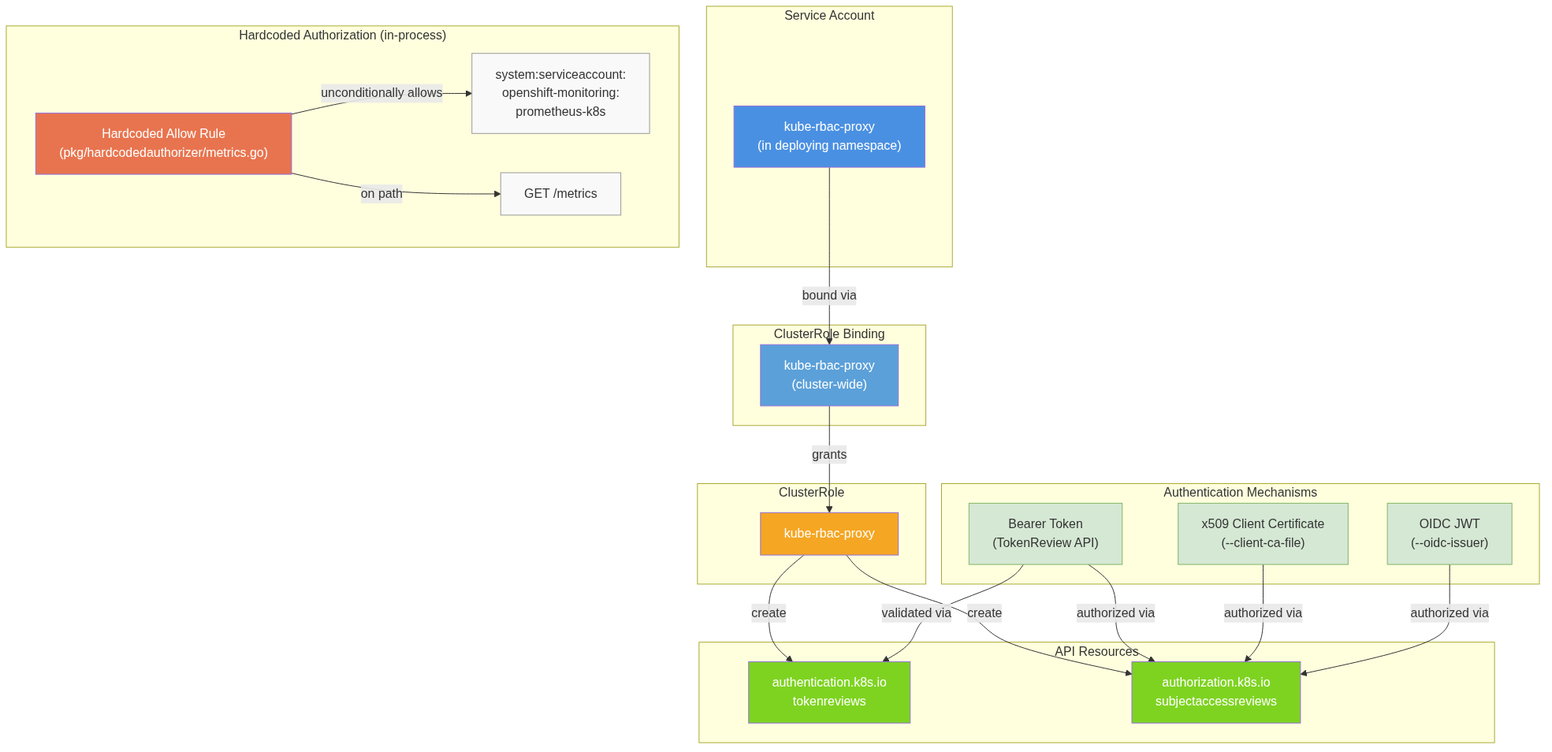
Above: architecture/rhoai.next/diagrams/kube-rbac-proxy-rbac.png in rhuss/architecture-context (Mermaid), before the change. Its source is kept beside it as architecture/rhoai.next/diagrams/kube-rbac-proxy-rbac.mmd.
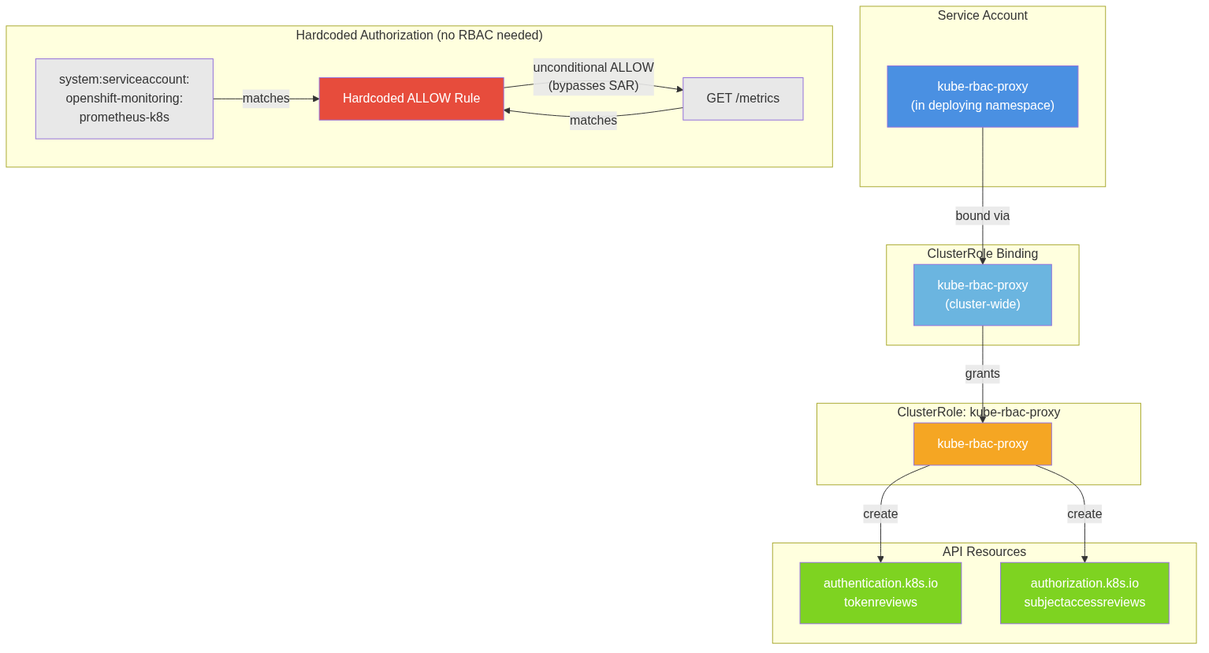
The same file after the commit.

What changed in the source:
```diff
@@ -7,7 +7,7 @@
         CRB["kube-rbac-proxy<br/>(cluster-wide)"]
     end
 
-    subgraph "ClusterRole"
+    subgraph "ClusterRole: kube-rbac-proxy"
         CR["kube-rbac-proxy"]
     end
 
@@ -16,40 +16,26 @@
         SubjectAccessReviews["authorization.k8s.io<br/>subjectaccessreviews"]
     end
 
-    subgraph "Hardcoded Authorization (in-process)"
-        HardcodedRule["Hardcoded Allow Rule<br/>(pkg/hardcodedauthorizer/metrics.go)"]
+    subgraph "Hardcoded Authorization (no RBAC needed)"
+        HardcodedRule["Hardcoded ALLOW Rule"]
         PromSA["system:serviceaccount:<br/>openshift-monitoring:<br/>prometheus-k8s"]
         MetricsEndpoint["GET /metrics"]
     end
 
-    subgraph "Authentication Mechanisms"
-        BearerToken["Bearer Token<br/>(TokenReview API)"]
-        ClientCert["x509 Client Certificate<br/>(--client-ca-file)"]
-        OIDCJWT["OIDC JWT<br/>(--oidc-issuer)"]
-    end
-
     SA -->|"bound via"| CRB
     CRB -->|"grants"| CR
-
     CR -->|"create"| TokenReviews
     CR -->|"create"| SubjectAccessReviews
 
-    HardcodedRule -->|"unconditionally allows"| PromSA
-    HardcodedRule -->|"on path"| MetricsEndpoint
-
-    BearerToken -->|"validated via"| TokenReviews
-    BearerToken -->|"authorized via"| SubjectAccessReviews
-    ClientCert -->|"authorized via"| SubjectAccessReviews
-    OIDCJWT -->|"authorized via"| SubjectAccessReviews
+    PromSA -->|"matches"| HardcodedRule
+    MetricsEndpoint -->|"matches"| HardcodedRule
+    HardcodedRule -->|"unconditional ALLOW<br/>(bypasses SAR)"| MetricsEndpoint
 
     style SA fill:#4a90e2,color:#fff
-    style CRB fill:#5ba0d9,color:#fff
+    style CRB fill:#6bb5e0,color:#fff
     style CR fill:#f5a623,color:#fff
     style TokenReviews fill:#7ed321,color:#fff
     style SubjectAccessReviews fill:#7ed321,color:#fff
-    style HardcodedRule fill:#e8744f,color:#fff
-    style PromSA fill:#f9f9f9,stroke:#999
-    style MetricsEndpoint fill:#f9f9f9,stroke:#999
-    style BearerToken fill:#d5e8d4,stroke:#82b366
-    style ClientCert fill:#d5e8d4,stroke:#82b366
-    style OIDCJWT fill:#d5e8d4,stroke:#82b366
+    style HardcodedRule fill:#e74c3c,color:#fff
+    style PromSA fill:#e8e8e8
+    style MetricsEndpoint fill:#e8e8e8
```
